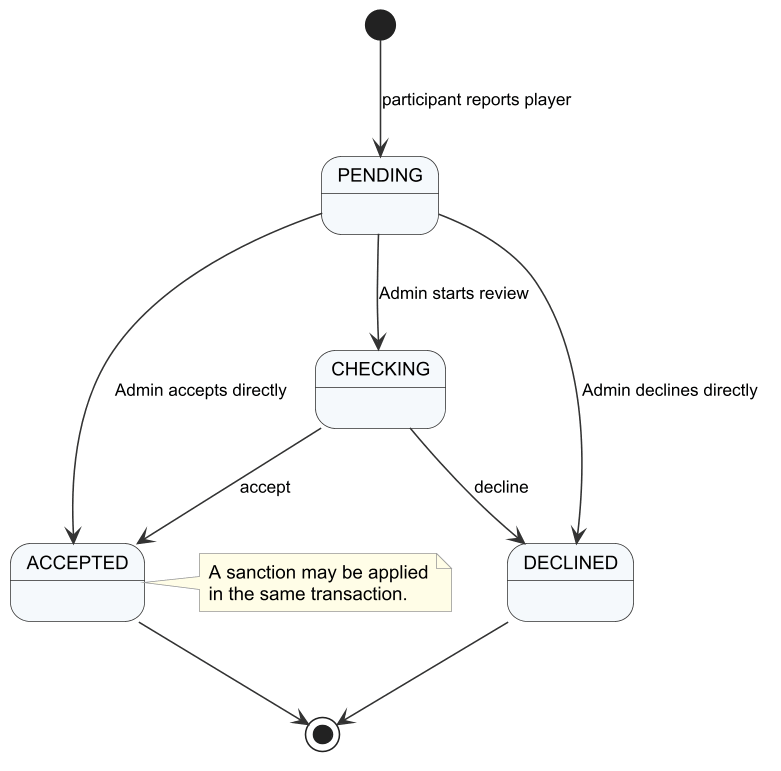
This is Doc/Project_report/Report/diagrams/png/r4_sm_report.png from Tad-Min/PickleVerse, a PlantUML export, as it was before one commit.
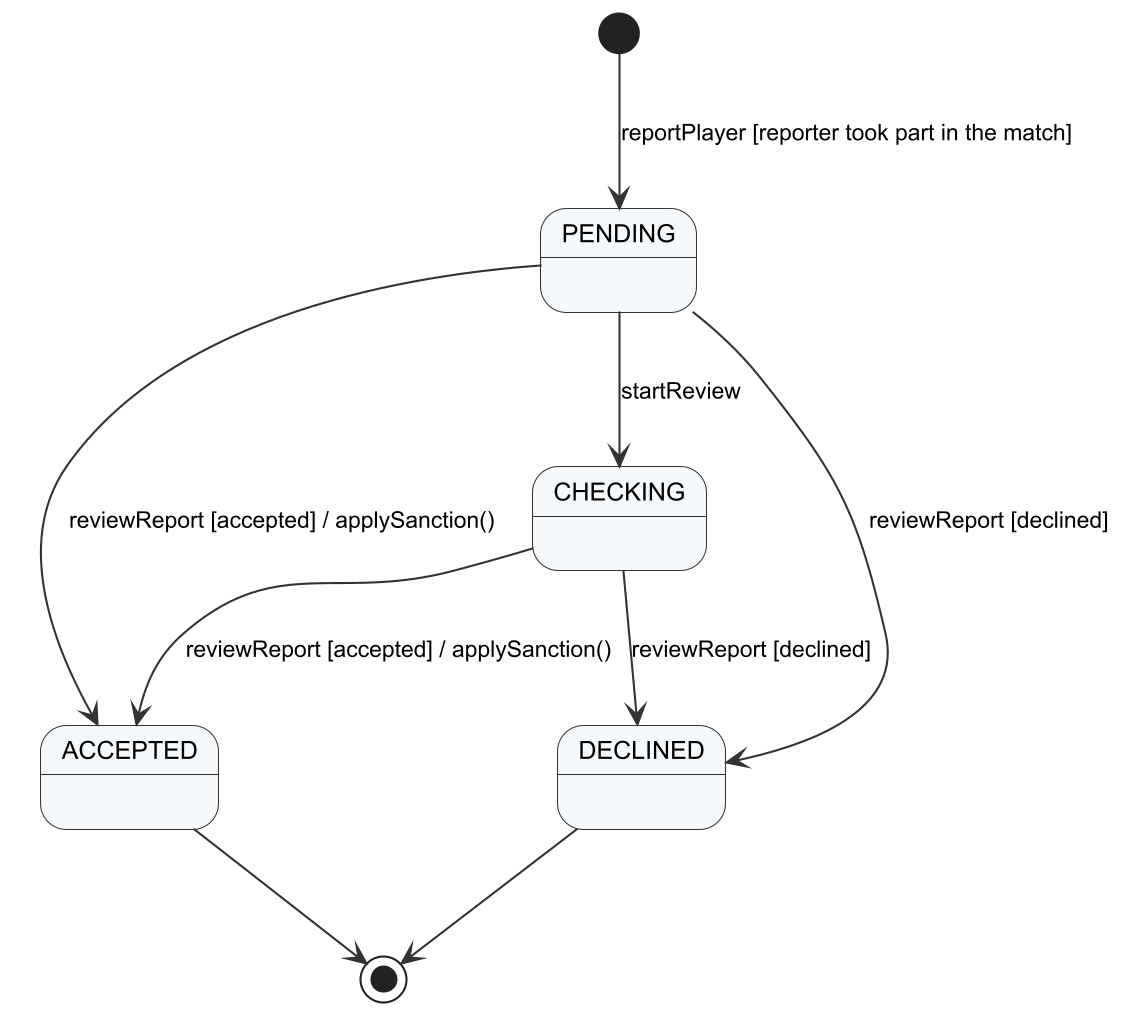
After the commit.

The edit, as a diff of the source:
```diff
@@ -1,12 +1,11 @@
 @startuml r4_sm_report
 !include _style.iuml
-[*] --> PENDING : participant reports player
-PENDING --> CHECKING : Admin starts review
-PENDING --> ACCEPTED : Admin accepts directly
-PENDING --> DECLINED : Admin declines directly
-CHECKING --> ACCEPTED : accept
-CHECKING --> DECLINED : decline
+[*] --> PENDING : reportPlayer [reporter took part in the match]
+PENDING --> CHECKING : startReview
+PENDING --> ACCEPTED : reviewReport [accepted] / applySanction()
+PENDING --> DECLINED : reviewReport [declined]
+CHECKING --> ACCEPTED : reviewReport [accepted] / applySanction()
+CHECKING --> DECLINED : reviewReport [declined]
 ACCEPTED --> [*]
 DECLINED --> [*]
-note right of ACCEPTED : A sanction may be applied\nin the same transaction.
 @enduml
```
